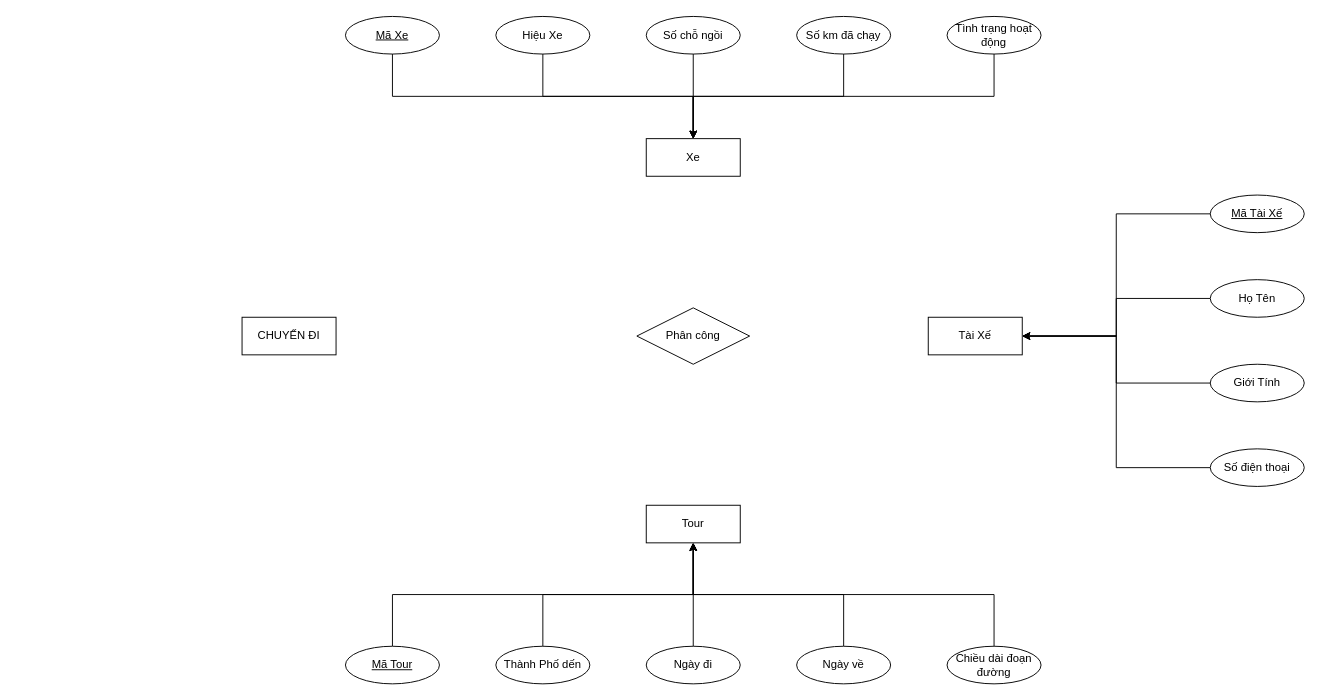
Earlier version of the draw.io diagram DB_HW5_2.drawio (reality8080/DB_Chapter5_HW2). Source tidied: cells renumbered, new cells numbered last; positions are measured from the earlier drawing's top-left corner, leaving out a move shared by most shapes. Both pictures are drawn from the tidied source at 94%, with x=0, y=0 at pixel (242, 16).
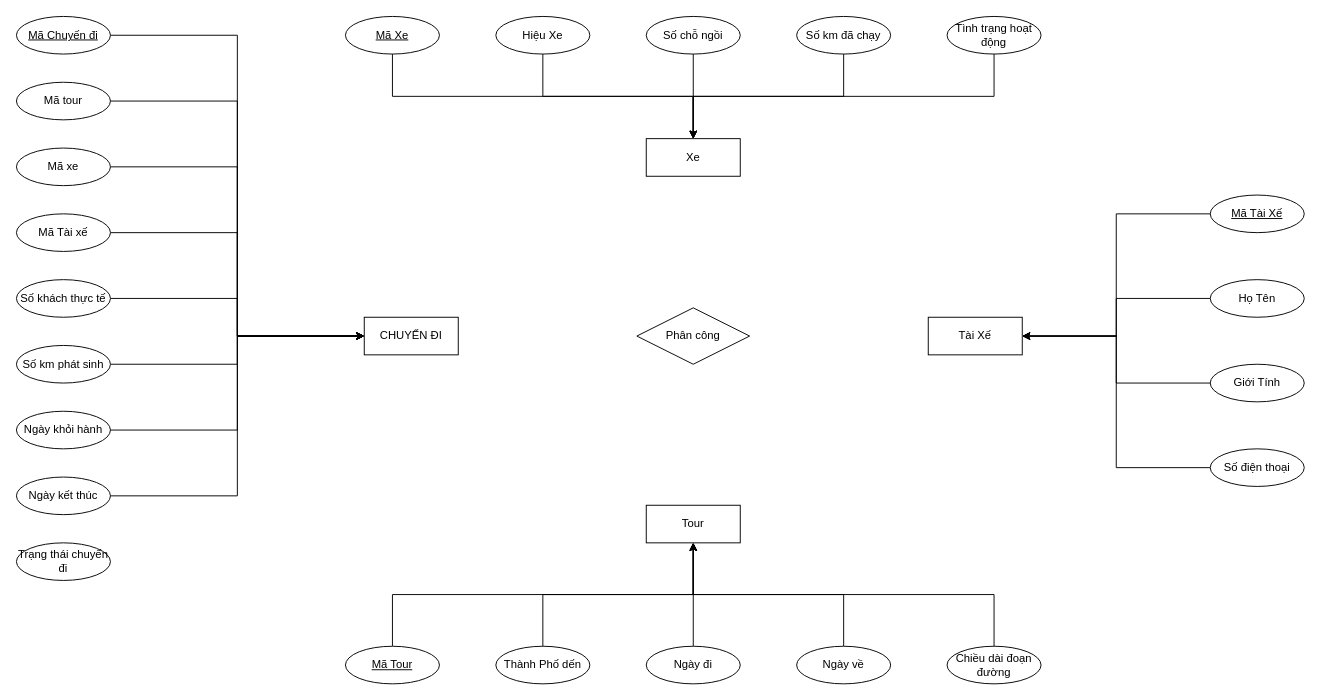
After the change.

Diff of the diagram source:
```diff
@@
     <mxCell id="5" value="CHUYẾN ĐI" style="whiteSpace=wrap;html=1;align=center;" parent="1" vertex="1">
-      <mxGeometry y="320" width="100" height="40" as="geometry" />
+      <mxGeometry x="130" y="320" width="100" height="40" as="geometry" />
     </mxCell>
@@
+    <mxCell id="35" style="edgeStyle=orthogonalEdgeStyle;rounded=0;jettySize=auto;html=1;exitX=1;exitY=0.5;exitDx=0;exitDy=0;entryX=0;entryY=0.5;entryDx=0;entryDy=0;" parent="1" edge="1" source="36" target="5">
+      <mxGeometry relative="1" as="geometry" />
+    </mxCell>
+    <mxCell id="36" value="Mã Chuyến đi" style="ellipse;whiteSpace=wrap;html=1;align=center;fontStyle=4;" parent="1" vertex="1">
+      <mxGeometry x="-240" width="100" height="40" as="geometry" />
+    </mxCell>
+    <mxCell id="37" style="edgeStyle=orthogonalEdgeStyle;rounded=0;jettySize=auto;html=1;exitX=1;exitY=0.5;exitDx=0;exitDy=0;entryX=0;entryY=0.5;entryDx=0;entryDy=0;" parent="1" edge="1" source="38" target="5">
+      <mxGeometry relative="1" as="geometry" />
+    </mxCell>
+    <mxCell id="38" value="Mã tour" style="ellipse;whiteSpace=wrap;html=1;align=center;" parent="1" vertex="1">
+      <mxGeometry x="-240" y="70" width="100" height="40" as="geometry" />
+    </mxCell>
+    <mxCell id="39" style="edgeStyle=orthogonalEdgeStyle;rounded=0;jettySize=auto;html=1;exitX=1;exitY=0.5;exitDx=0;exitDy=0;entryX=0;entryY=0.5;entryDx=0;entryDy=0;" parent="1" edge="1" source="40" target="5">
+      <mxGeometry relative="1" as="geometry" />
+    </mxCell>
+    <mxCell id="40" value="Mã xe" style="ellipse;whiteSpace=wrap;html=1;align=center;" parent="1" vertex="1">
+      <mxGeometry x="-240" y="140" width="100" height="40" as="geometry" />
+    </mxCell>
+    <mxCell id="41" style="edgeStyle=orthogonalEdgeStyle;rounded=0;jettySize=auto;html=1;exitX=1;exitY=0.5;exitDx=0;exitDy=0;entryX=0;entryY=0.5;entryDx=0;entryDy=0;" parent="1" edge="1" source="42" target="5">
+      <mxGeometry relative="1" as="geometry" />
+    </mxCell>
+    <mxCell id="42" value="Mã Tài xế" style="ellipse;whiteSpace=wrap;html=1;align=center;" parent="1" vertex="1">
+      <mxGeometry x="-240" y="210" width="100" height="40" as="geometry" />
+    </mxCell>
+    <mxCell id="43" style="edgeStyle=orthogonalEdgeStyle;rounded=0;jettySize=auto;html=1;exitX=1;exitY=0.5;exitDx=0;exitDy=0;" parent="1" edge="1" source="44" target="5">
+      <mxGeometry relative="1" as="geometry" />
+    </mxCell>
+    <mxCell id="44" value="Số khách thực tế" style="ellipse;whiteSpace=wrap;html=1;align=center;" parent="1" vertex="1">
+      <mxGeometry x="-240" y="280" width="100" height="40" as="geometry" />
+    </mxCell>
+    <mxCell id="45" style="edgeStyle=orthogonalEdgeStyle;rounded=0;jettySize=auto;html=1;exitX=1;exitY=0.5;exitDx=0;exitDy=0;" parent="1" edge="1" source="46" target="5">
+      <mxGeometry relative="1" as="geometry" />
+    </mxCell>
+    <mxCell id="46" value="Số km phát sinh" style="ellipse;whiteSpace=wrap;html=1;align=center;" parent="1" vertex="1">
+      <mxGeometry x="-240" y="350" width="100" height="40" as="geometry" />
+    </mxCell>
+    <mxCell id="47" style="edgeStyle=orthogonalEdgeStyle;rounded=0;jettySize=auto;html=1;exitX=1;exitY=0.5;exitDx=0;exitDy=0;entryX=0;entryY=0.5;entryDx=0;entryDy=0;" parent="1" edge="1" source="48" target="5">
+      <mxGeometry relative="1" as="geometry" />
+    </mxCell>
+    <mxCell id="48" value="Ngày khỏi hành" style="ellipse;whiteSpace=wrap;html=1;align=center;" parent="1" vertex="1">
+      <mxGeometry x="-240" y="420" width="100" height="40" as="geometry" />
+    </mxCell>
+    <mxCell id="49" style="edgeStyle=orthogonalEdgeStyle;rounded=0;jettySize=auto;html=1;exitX=1;exitY=0.5;exitDx=0;exitDy=0;entryX=0;entryY=0.5;entryDx=0;entryDy=0;" parent="1" edge="1" source="50" target="5">
+      <mxGeometry relative="1" as="geometry" />
+    </mxCell>
+    <mxCell id="50" value="Ngày kết thúc" style="ellipse;whiteSpace=wrap;html=1;align=center;" parent="1" vertex="1">
+      <mxGeometry x="-240" y="490" width="100" height="40" as="geometry" />
+    </mxCell>
+    <mxCell id="51" value="Trạng thái chuyến đi" style="ellipse;whiteSpace=wrap;html=1;align=center;" parent="1" vertex="1">
+      <mxGeometry x="-240" y="560" width="100" height="40" as="geometry" />
+    </mxCell>
```
